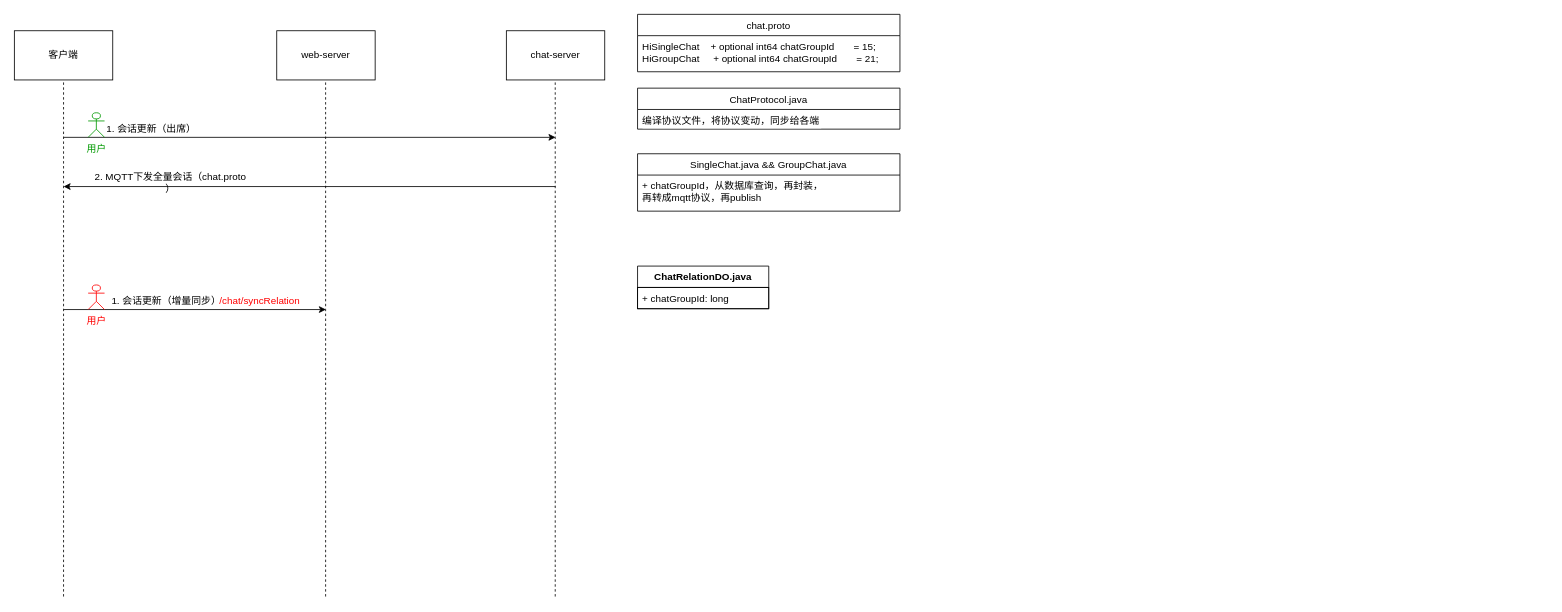
Earlier version of the draw.io diagram com.ygq/frame/2.39沟通.drawio (ythawed/diagrams). Source tidied: cells renumbered, new cells numbered last; positions are measured from the earlier drawing's top-left corner, leaving out a move shared by most shapes. Both pictures are drawn from the tidied source at 82%, with x=0, y=0 at pixel (14, 14).
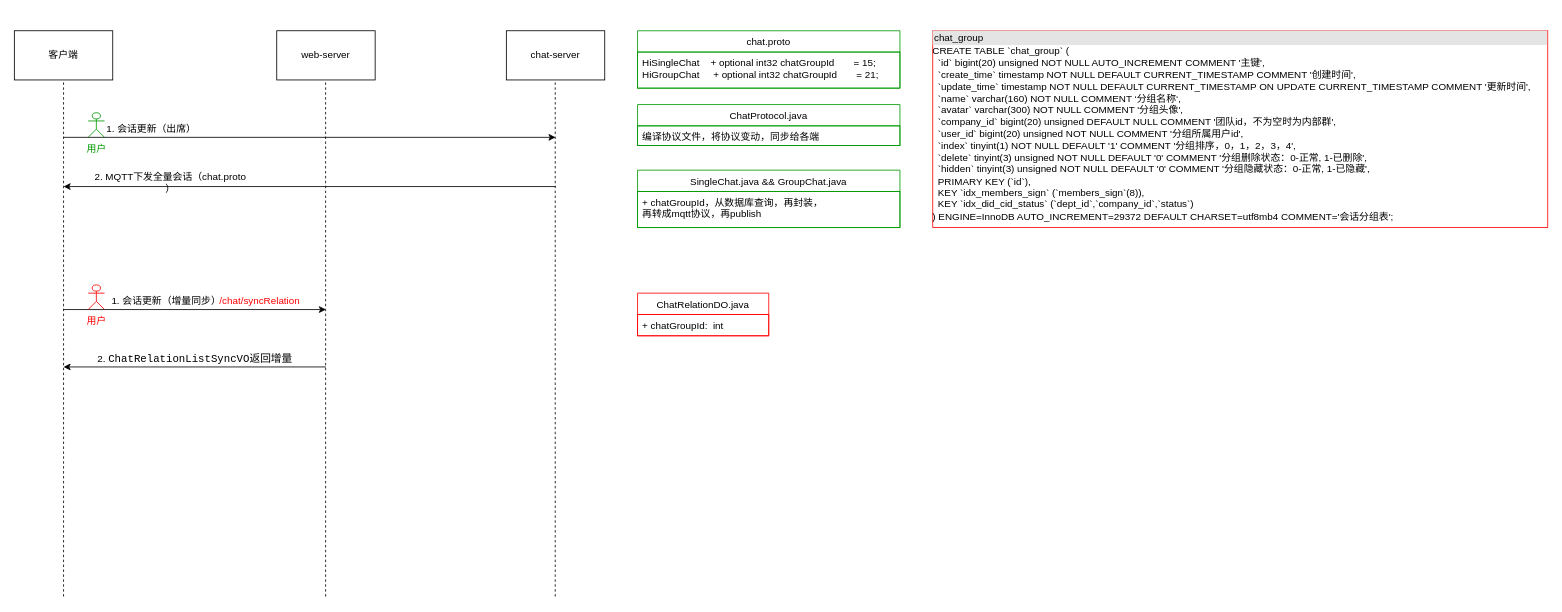
Above is the later version.

The edit, as a diff of the source:
```diff
@@
-    <mxCell id="14" value="chat.proto" style="swimlane;fontStyle=0;horizontal=1;startSize=26;fillColor=none;fontColor=default;" parent="1" vertex="1">
-      <mxGeometry x="760" width="320" height="70" as="geometry" />
+    <mxCell id="14" value="chat.proto" style="swimlane;fontStyle=0;horizontal=1;startSize=26;fillColor=none;fontColor=default;strokeColor=#009900;" parent="1" vertex="1">
+      <mxGeometry x="760" y="20" width="320" height="70" as="geometry" />
     </mxCell>
-    <mxCell id="15" value="HiSingleChat    + optional int64 chatGroupId       = 15;&#10;HiGroupChat     + optional int64 chatGroupId       = 21;" style="text;strokeColor=none;fillColor=none;align=left;verticalAlign=top;spacingLeft=4;spacingRight=4;overflow=hidden;labelBackgroundColor=default;" parent="14" vertex="1">
+    <mxCell id="15" value="HiSingleChat    + optional int32 chatGroupId       = 15;&#10;HiGroupChat     + optional int32 chatGroupId       = 21;" style="text;strokeColor=#009900;fillColor=none;align=left;verticalAlign=top;spacingLeft=4;spacingRight=4;overflow=hidden;labelBackgroundColor=default;" parent="14" vertex="1">
       <mxGeometry y="26" width="320" height="44" as="geometry" />
     </mxCell>
-    <mxCell id="16" value="ChatProtocol.java" style="swimlane;fontStyle=0;horizontal=1;startSize=26;fillColor=none;fontColor=default;" parent="1" vertex="1">
-      <mxGeometry x="760" y="90" width="320" height="50" as="geometry" />
+    <mxCell id="16" value="ChatProtocol.java" style="swimlane;fontStyle=0;horizontal=1;startSize=26;fillColor=none;fontColor=default;strokeColor=#009900;" parent="1" vertex="1">
+      <mxGeometry x="760" y="110" width="320" height="50" as="geometry" />
     </mxCell>
-    <mxCell id="17" value="编译协议文件，将协议变动，同步给各端" style="text;strokeColor=none;fillColor=none;align=left;verticalAlign=top;spacingLeft=4;spacingRight=4;overflow=hidden;labelBackgroundColor=default;" parent="16" vertex="1">
+    <mxCell id="17" value="编译协议文件，将协议变动，同步给各端" style="text;strokeColor=#009900;fillColor=none;align=left;verticalAlign=top;spacingLeft=4;spacingRight=4;overflow=hidden;labelBackgroundColor=default;" parent="16" vertex="1">
       <mxGeometry y="26" width="320" height="24" as="geometry" />
     </mxCell>
-    <mxCell id="18" value="SingleChat.java &amp;&amp; GroupChat.java" style="swimlane;fontStyle=0;horizontal=1;startSize=26;fillColor=none;fontColor=default;" parent="1" vertex="1">
-      <mxGeometry x="760" y="170" width="320" height="70" as="geometry" />
+    <mxCell id="18" value="SingleChat.java &amp;&amp; GroupChat.java" style="swimlane;fontStyle=0;horizontal=1;startSize=26;fillColor=none;fontColor=default;strokeColor=#009900;" parent="1" vertex="1">
+      <mxGeometry x="760" y="190" width="320" height="70" as="geometry" />
     </mxCell>
-    <mxCell id="19" value="+ chatGroupId，从数据库查询，再封装，&#10;再转成mqtt协议，再publish" style="text;strokeColor=none;fillColor=none;align=left;verticalAlign=top;spacingLeft=4;spacingRight=4;overflow=hidden;labelBackgroundColor=default;" parent="18" vertex="1">
+    <mxCell id="19" value="+ chatGroupId，从数据库查询，再封装，&#10;再转成mqtt协议，再publish" style="text;strokeColor=#009900;fillColor=none;align=left;verticalAlign=top;spacingLeft=4;spacingRight=4;overflow=hidden;labelBackgroundColor=default;" parent="18" vertex="1">
       <mxGeometry y="26" width="320" height="44" as="geometry" />
     </mxCell>
@@
-    <mxCell id="23" value="ChatRelationDO.java" style="swimlane;fontStyle=1;align=center;verticalAlign=top;horizontal=1;startSize=26;labelBackgroundColor=none;fontColor=#000000;strokeColor=#000000;" parent="1" vertex="1">
-      <mxGeometry x="760" y="307" width="160" height="52" as="geometry" />
+    <mxCell id="23" value="ChatRelationDO.java" style="swimlane;fontStyle=0;align=center;verticalAlign=top;horizontal=1;startSize=26;labelBackgroundColor=none;fontColor=#000000;strokeColor=#FF0000;" parent="1" vertex="1">
+      <mxGeometry x="760" y="340" width="160" height="52" as="geometry" />
     </mxCell>
-    <mxCell id="24" value="+ chatGroupId: long" style="text;strokeColor=#000000;fillColor=none;align=left;verticalAlign=top;spacingLeft=4;spacingRight=4;overflow=hidden;labelBackgroundColor=none;fontColor=#000000;" parent="23" vertex="1">
+    <mxCell id="24" value="+ chatGroupId:  int" style="text;strokeColor=#FF0000;fillColor=none;align=left;verticalAlign=top;spacingLeft=4;spacingRight=4;overflow=hidden;labelBackgroundColor=none;fontColor=#000000;" parent="23" vertex="1">
       <mxGeometry y="26" width="160" height="26" as="geometry" />
     </mxCell>
+    <mxCell id="25" style="endArrow=classic;html=1;rounded=0;" parent="1" edge="1">
+      <mxGeometry relative="1" as="geometry">
+        <mxPoint x="380" y="430" as="sourcePoint" />
+        <mxPoint x="60" y="430" as="targetPoint" />
+      </mxGeometry>
+    </mxCell>
+    <mxCell id="26" value="2.&amp;nbsp;&lt;span style=&quot;font-family: &amp;quot;JetBrains Mono&amp;quot;, monospace; font-size: 9.8pt;&quot;&gt;ChatRelationListSyncVO返回增量&lt;/span&gt;" style="text;html=1;align=center;verticalAlign=middle;strokeColor=none;fillColor=none;fontColor=#000000;" parent="1" vertex="1">
+      <mxGeometry x="95" y="410" width="250" height="20" as="geometry" />
+    </mxCell>
+    <mxCell id="27" value="&lt;div style=&quot;box-sizing:border-box;width:100%;background:#e4e4e4;padding:2px;&quot;&gt;chat_group&lt;/div&gt;&lt;div&gt;CREATE TABLE `chat_group` (&lt;/div&gt;&lt;div&gt;&amp;nbsp; `id` bigint(20) unsigned NOT NULL AUTO_INCREMENT COMMENT '主键',&lt;/div&gt;&lt;div&gt;&amp;nbsp; `create_time` timestamp NOT NULL DEFAULT CURRENT_TIMESTAMP COMMENT '创建时间',&lt;/div&gt;&lt;div&gt;&amp;nbsp; `update_time` timestamp NOT NULL DEFAULT CURRENT_TIMESTAMP ON UPDATE CURRENT_TIMESTAMP COMMENT '更新时间',&lt;/div&gt;&lt;div&gt;&amp;nbsp; `name` varchar(160) NOT NULL COMMENT ‘分组名称‘,&lt;/div&gt;&lt;div&gt;&amp;nbsp; `avatar` varchar(300) NOT NULL COMMENT '分组头像',&lt;/div&gt;&lt;div&gt;&amp;nbsp; `company_id` bigint(20) unsigned DEFAULT NULL COMMENT '团队id，不为空时为内部群',&lt;/div&gt;&lt;div&gt;&amp;nbsp; `user_id` bigint(20) unsigned NOT NULL COMMENT '分组所属用户id',&lt;/div&gt;&lt;div&gt;&amp;nbsp; `index` tinyint(1) NOT NULL DEFAULT '1' COMMENT '分组排序，0，1，2，3，4',&lt;/div&gt;&lt;div&gt;&amp;nbsp; `delete` tinyint(3) unsigned NOT NULL DEFAULT '0' COMMENT '分组删除状态：0-正常, 1-已删除',&lt;/div&gt;&lt;div&gt;&amp;nbsp; `hidden` tinyint(3) unsigned NOT NULL DEFAULT '0' COMMENT '分组隐藏状态：0-正常, 1-已隐藏',&lt;/div&gt;&lt;div&gt;&amp;nbsp; PRIMARY KEY (`id`),&lt;/div&gt;&lt;div&gt;&amp;nbsp; KEY `idx_members_sign` (`members_sign`(8)),&lt;/div&gt;&lt;div&gt;&amp;nbsp; KEY `idx_did_cid_status` (`dept_id`,`company_id`,`status`)&lt;/div&gt;&lt;div&gt;) ENGINE=InnoDB AUTO_INCREMENT=29372 DEFAULT CHARSET=utf8mb4 COMMENT='会话分组表';&lt;/div&gt;" style="verticalAlign=top;align=left;overflow=fill;html=1;labelBackgroundColor=none;fontColor=#000000;strokeColor=#FF0000;" parent="1" vertex="1">
+      <mxGeometry x="1120" y="20" width="750" height="240" as="geometry" />
+    </mxCell>
```
